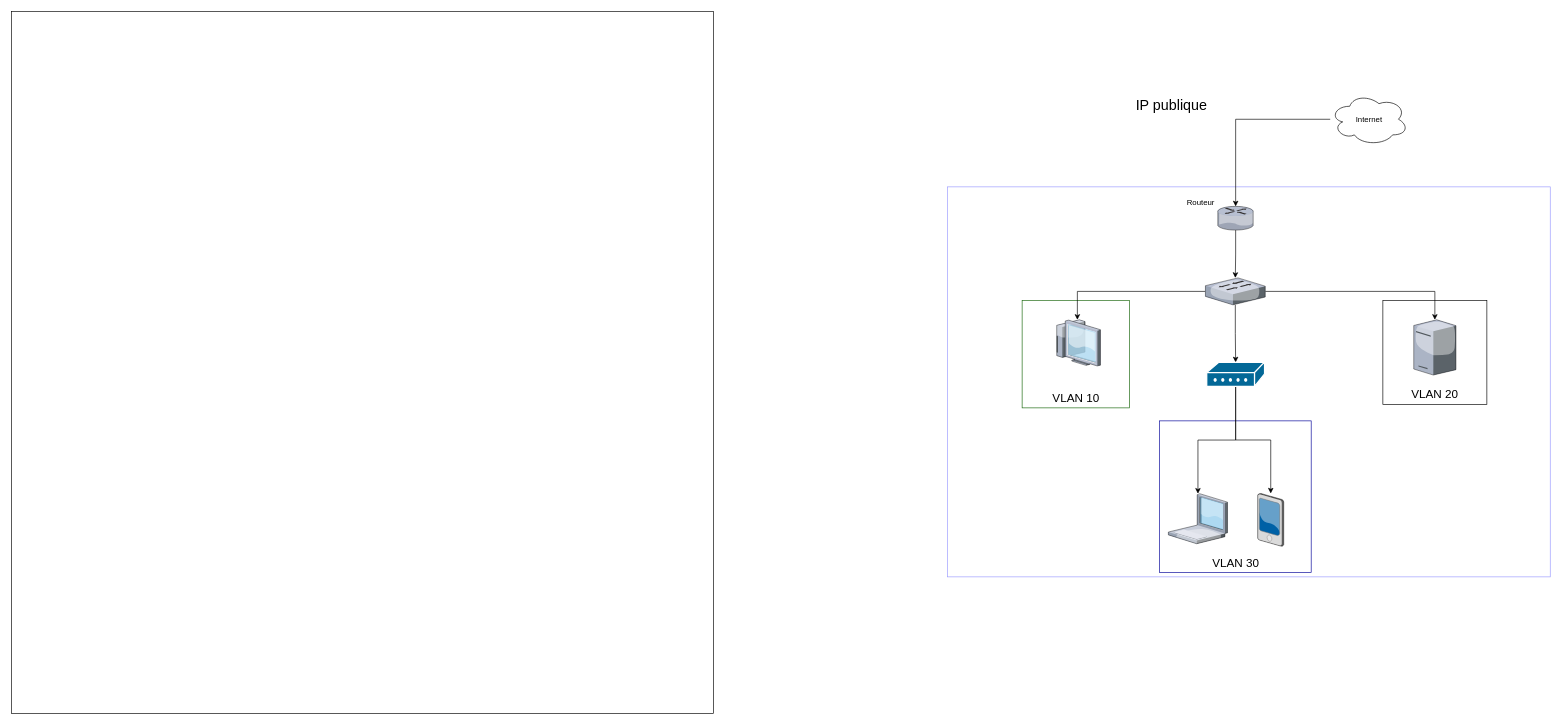
leeeooooooooo/Projet_Visualisation keeps this draw.io diagram as Schema_reseau.drawio. Above is the earlier version. Source tidied: cells renumbered, new cells numbered last; positions are measured from the earlier drawing's top-left corner, leaving out a move shared by most shapes. Both pictures are drawn from the tidied source at 65%, with x=0, y=0 at pixel (11, 11).
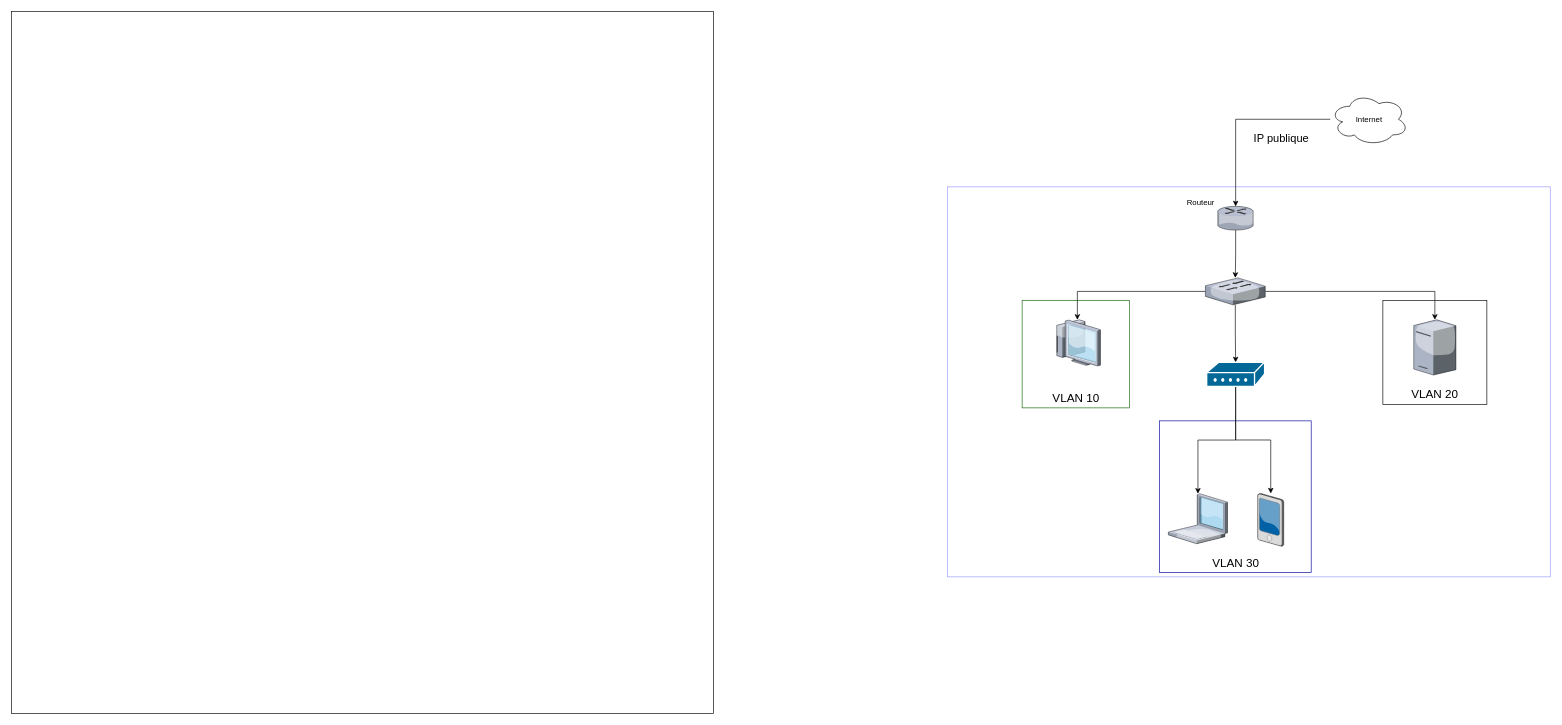
The same page after the edit.

Commit message:
Mettre à jour Schema_reseau.drawio

The edit, as a diff of the source:
```diff
@@
-    <mxCell id="27" value="&lt;font style=&quot;font-size: 22px;&quot;&gt;IP publique&lt;/font&gt;" style="text;strokeColor=none;fillColor=none;html=1;align=center;verticalAlign=middle;whiteSpace=wrap;rounded=0;fontSize=16;" parent="1" vertex="1">
-      <mxGeometry x="1710" y="130" width="150" height="30" as="geometry" />
+    <mxCell id="27" value="&lt;font style=&quot;font-size: 17px;&quot;&gt;IP publique&lt;/font&gt;" style="text;strokeColor=none;fillColor=none;html=1;align=center;verticalAlign=middle;whiteSpace=wrap;rounded=0;fontSize=16;" parent="1" vertex="1">
+      <mxGeometry x="1879" y="181" width="150" height="30" as="geometry" />
     </mxCell>
```
